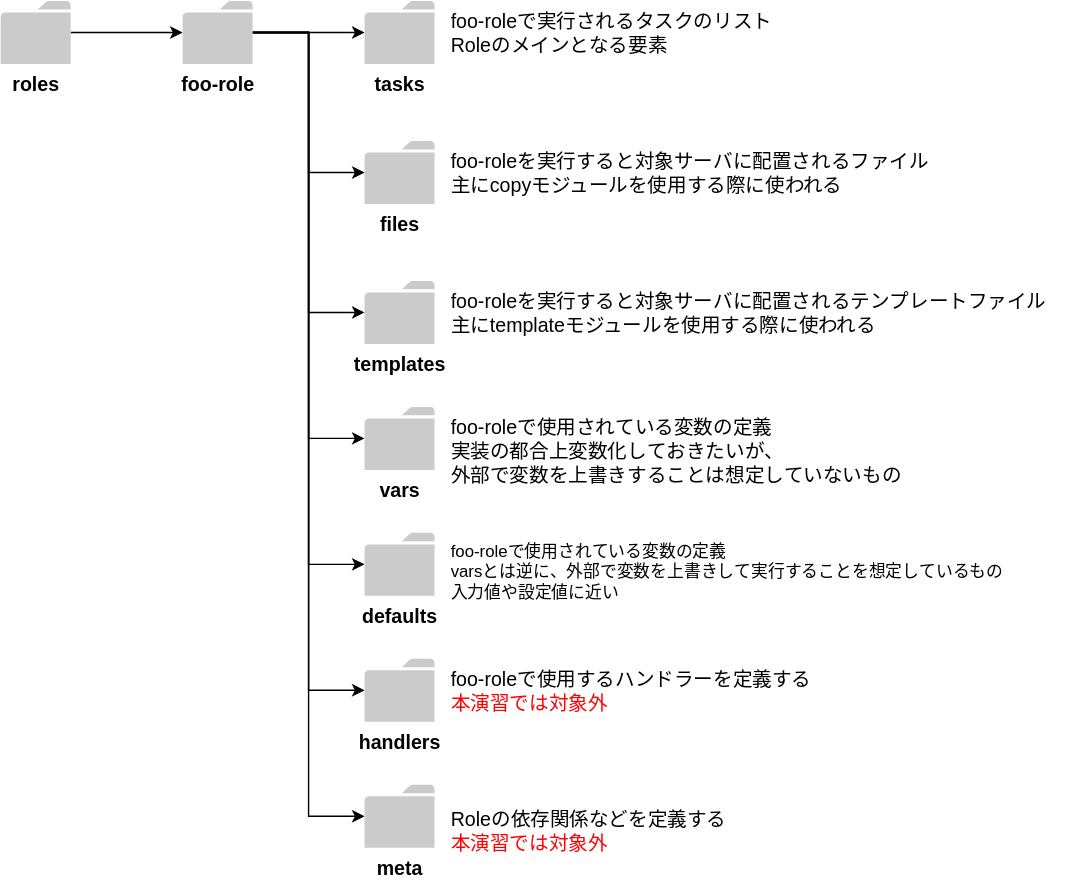
sensq/katacoda-scenarios keeps this draw.io diagram as practice/img/bestpractice.drawio.svg. Above is the earlier version. Source tidied: cells renumbered, new cells last; positions are measured from the earlier drawing's top-left corner, leaving out a move shared by most shapes.
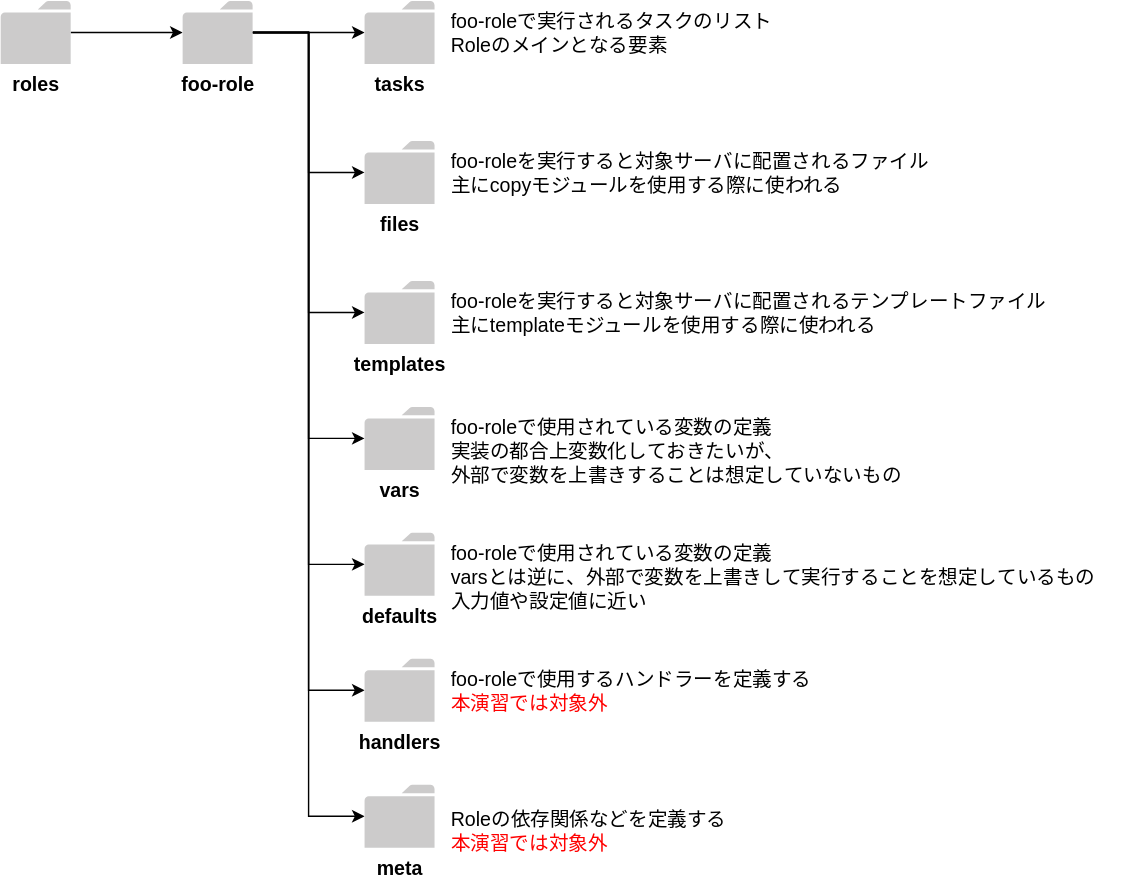
Above is the later version.

Change to the diagram source:
```diff
@@ -65,8 +65,8 @@
     <mxCell id="22" value="foo-roleで使用されている変数の定義&lt;br style=&quot;font-size: 14px;&quot;&gt;実装の都合上変数化しておきたいが、&lt;br style=&quot;font-size: 14px;&quot;&gt;外部で変数を上書きすることは想定していないもの" style="text;html=1;align=left;verticalAlign=top;fontSize=14;" parent="1" vertex="1">
       <mxGeometry x="320" y="290" width="340" height="60" as="geometry" />
     </mxCell>
-    <mxCell id="23" value="foo-roleで使用されている変数の定義&lt;br&gt;varsとは逆に、外部で変数を上書きして実行することを想定しているもの&lt;br&gt;入力値や設定値に近い" style="text;html=1;align=left;verticalAlign=top;" parent="1" vertex="1">
-      <mxGeometry x="320" y="380" width="410" height="50" as="geometry" />
+    <mxCell id="23" value="foo-roleで使用されている変数の定義&lt;br style=&quot;font-size: 14px;&quot;&gt;varsとは逆に、外部で変数を上書きして実行することを想定しているもの&lt;br style=&quot;font-size: 14px;&quot;&gt;入力値や設定値に近い" style="text;html=1;align=left;verticalAlign=top;fontSize=14;" parent="1" vertex="1">
+      <mxGeometry x="320" y="380" width="480" height="60" as="geometry" />
     </mxCell>
     <mxCell id="24" value="foo-roleで使用するハンドラーを定義する&lt;br style=&quot;font-size: 14px;&quot;&gt;&lt;font color=&quot;#ff0000&quot; style=&quot;font-size: 14px;&quot;&gt;本演習では対象外&lt;/font&gt;" style="text;html=1;align=left;verticalAlign=top;fontSize=14;" parent="1" vertex="1">
       <mxGeometry x="320" y="470" width="270" height="40" as="geometry" />
```
